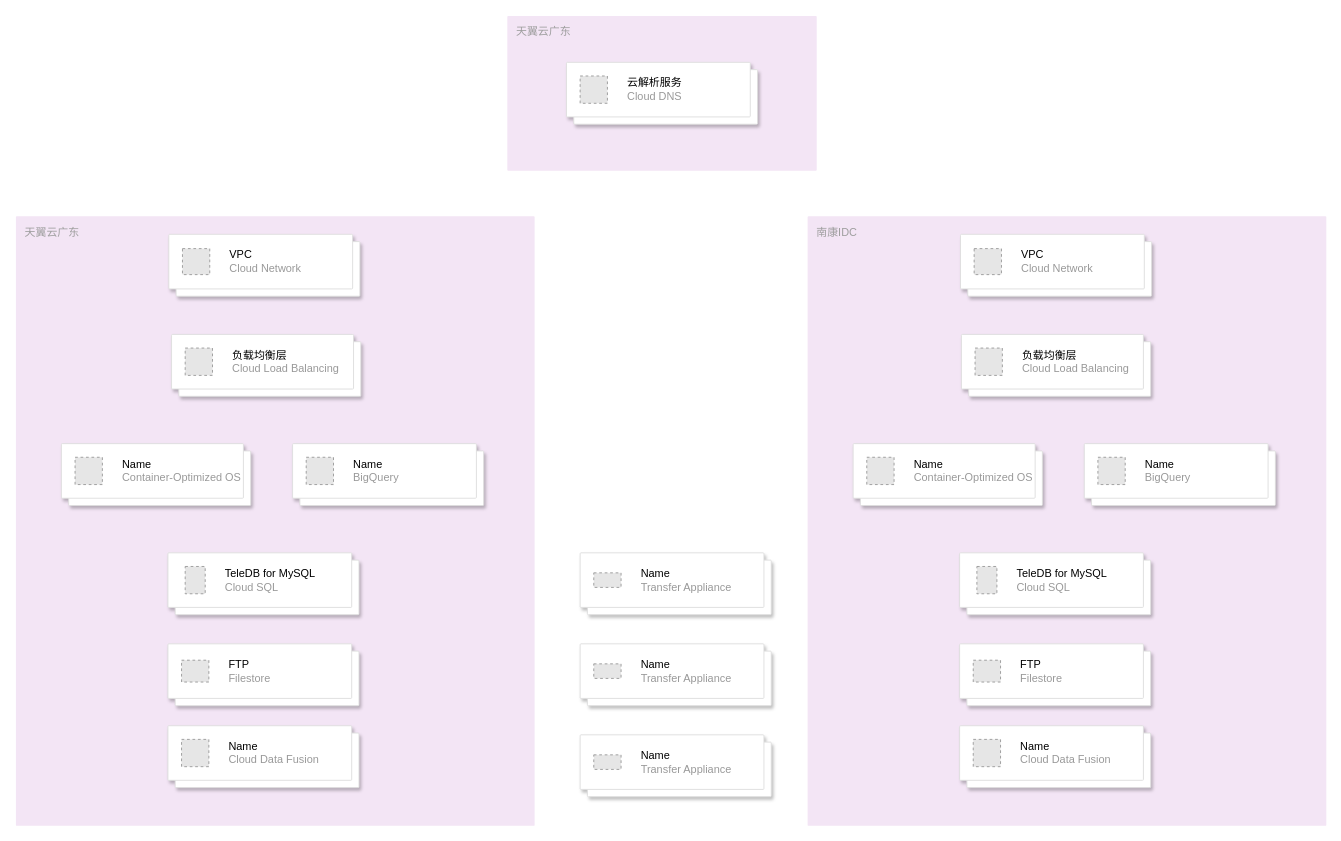
The draw.io diagram 洋臣架构.drawio in MyselfblueKAMI/drawpub, before the edit. Source tidied: cells renumbered, new cells numbered last; positions are measured from the earlier drawing's top-left corner, leaving out a move shared by most shapes. Both pictures are drawn from the tidied source at 91%, with x=0, y=0 at pixel (15, 15). Pictures stored in the file or linked from it are replaced by grey dashed boxes.
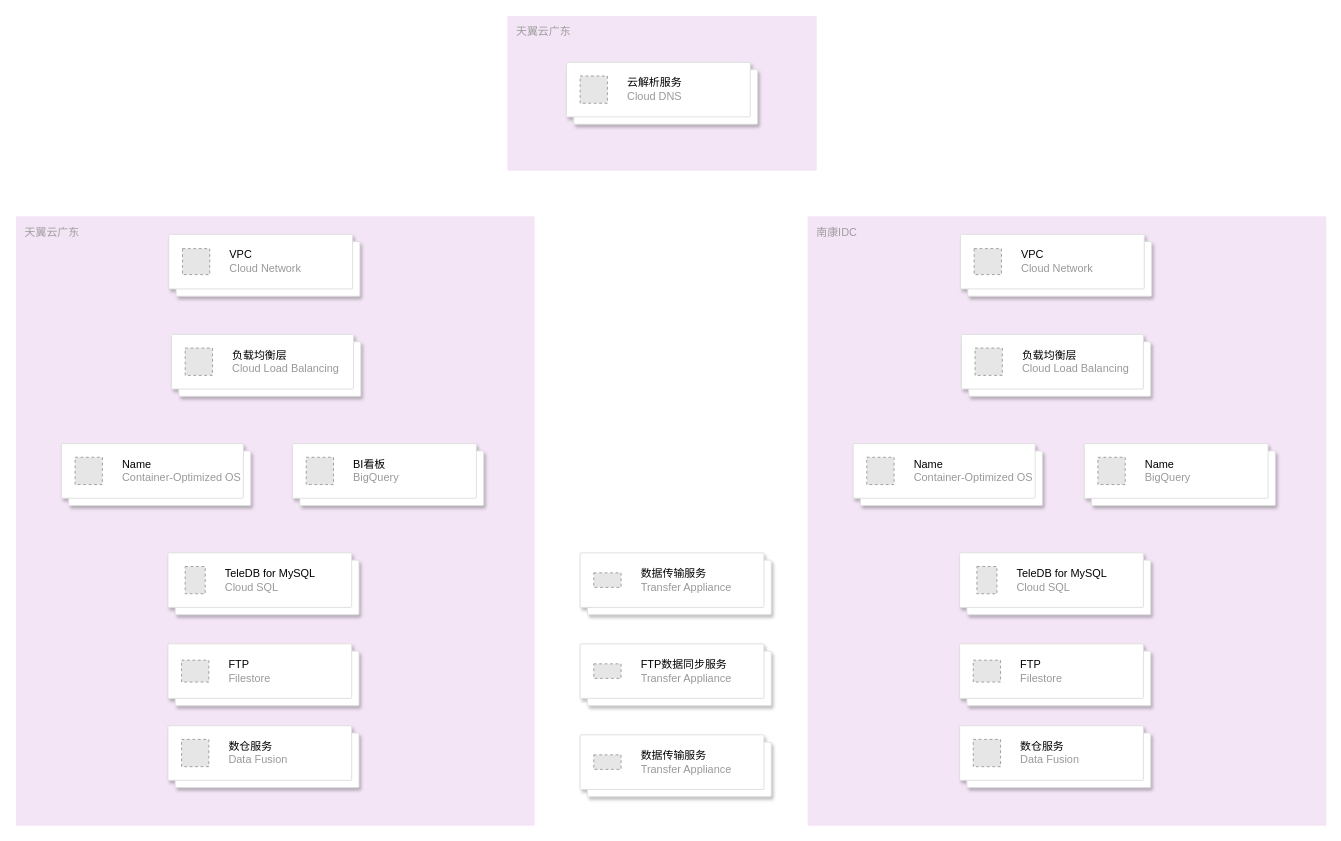
Above is the later version.

Commit message (it also covers changes not shown here):
更新洋臣架构.drawio

The change refers to these unchanged cells:
```xml
<mxCell id="14" style="shape=mxgraph.gcp2.doubleRect;fillColor=#ffffff;strokeColor=#dddddd;shadow=1;strokeWidth=1;rounded=1;absoluteArcSize=1;arcSize=2;" parent="1" vertex="1">
  <mxGeometry x="620" y="590" width="210" height="68" as="geometry" />
</mxCell>
<mxCell id="18" style="shape=mxgraph.gcp2.doubleRect;fillColor=#ffffff;strokeColor=#dddddd;shadow=1;strokeWidth=1;rounded=1;absoluteArcSize=1;arcSize=2;" parent="1" vertex="1">
  <mxGeometry x="167" y="780" width="210" height="68" as="geometry" />
</mxCell>
<mxCell id="20" style="shape=mxgraph.gcp2.doubleRect;fillColor=#ffffff;strokeColor=#dddddd;shadow=1;strokeWidth=1;rounded=1;absoluteArcSize=1;arcSize=2;" parent="1" vertex="1">
  <mxGeometry x="304" y="470" width="210" height="68" as="geometry" />
</mxCell>
<mxCell id="33" style="shape=mxgraph.gcp2.doubleRect;fillColor=#ffffff;strokeColor=#dddddd;shadow=1;strokeWidth=1;rounded=1;absoluteArcSize=1;arcSize=2;" parent="1" vertex="1">
  <mxGeometry x="1037" y="780" width="210" height="68" as="geometry" />
</mxCell>
<mxCell id="37" style="shape=mxgraph.gcp2.doubleRect;fillColor=#ffffff;strokeColor=#dddddd;shadow=1;strokeWidth=1;rounded=1;absoluteArcSize=1;arcSize=2;" parent="1" vertex="1">
  <mxGeometry x="620" y="690" width="210" height="68" as="geometry" />
</mxCell>
<mxCell id="39" style="shape=mxgraph.gcp2.doubleRect;fillColor=#ffffff;strokeColor=#dddddd;shadow=1;strokeWidth=1;rounded=1;absoluteArcSize=1;arcSize=2;" parent="1" vertex="1">
  <mxGeometry x="620" y="790" width="210" height="68" as="geometry" />
</mxCell>
```

The edit, as a diff of the source:
```diff
@@
-    <mxCell id="15" value="&lt;font color=&quot;#000000&quot;&gt;Name&lt;/font&gt;&lt;br&gt;Transfer Appliance" style="fillColor=#E6E6E6;strokeColor=#999999;dashed=1;html=1;fontColor=#999999;verticalLabelPosition=middle;verticalAlign=middle;labelPosition=right;align=left;spacingLeft=20;labelBackgroundColor=none;" parent="14" vertex="1">
+    <mxCell id="15" value="&lt;font color=&quot;#000000&quot;&gt;数据传输服务&lt;/font&gt;&lt;br&gt;Transfer Appliance" style="fillColor=#E6E6E6;strokeColor=#999999;dashed=1;html=1;fontColor=#999999;verticalLabelPosition=middle;verticalAlign=middle;labelPosition=right;align=left;spacingLeft=20;labelBackgroundColor=none;" parent="14" vertex="1">
       <mxGeometry width="30" height="16" relative="1" as="geometry">
         <mxPoint x="15" y="22" as="offset" />
       </mxGeometry>
     </mxCell>
@@
-    <mxCell id="19" value="&lt;font color=&quot;#000000&quot;&gt;Name&lt;/font&gt;&lt;br&gt;Cloud Data Fusion" style="fillColor=#E6E6E6;strokeColor=#999999;dashed=1;html=1;fontColor=#999999;verticalLabelPosition=middle;verticalAlign=middle;labelPosition=right;align=left;spacingLeft=20;" parent="18" vertex="1">
+    <mxCell id="19" value="&lt;font color=&quot;#000000&quot;&gt;数仓服务&lt;/font&gt;&lt;br&gt;Data Fusion" style="fillColor=#E6E6E6;strokeColor=#999999;dashed=1;html=1;fontColor=#999999;verticalLabelPosition=middle;verticalAlign=middle;labelPosition=right;align=left;spacingLeft=20;" parent="18" vertex="1">
       <mxGeometry width="30" height="30" relative="1" as="geometry">
         <mxPoint x="15" y="15" as="offset" />
       </mxGeometry>
     </mxCell>
@@
-    <mxCell id="21" value="&lt;font color=&quot;#000000&quot;&gt;Name&lt;/font&gt;&lt;br&gt;BigQuery" style="fillColor=#E6E6E6;strokeColor=#999999;dashed=1;html=1;fontColor=#999999;verticalLabelPosition=middle;verticalAlign=middle;labelPosition=right;align=left;spacingLeft=20;" parent="20" vertex="1">
+    <mxCell id="21" value="&lt;font color=&quot;#000000&quot;&gt;BI看板&lt;/font&gt;&lt;br&gt;BigQuery" style="fillColor=#E6E6E6;strokeColor=#999999;dashed=1;html=1;fontColor=#999999;verticalLabelPosition=middle;verticalAlign=middle;labelPosition=right;align=left;spacingLeft=20;" parent="20" vertex="1">
       <mxGeometry width="30" height="30" relative="1" as="geometry">
         <mxPoint x="15" y="15" as="offset" />
       </mxGeometry>
     </mxCell>
@@
-    <mxCell id="34" value="&lt;font color=&quot;#000000&quot;&gt;Name&lt;/font&gt;&lt;br&gt;Cloud Data Fusion" style="fillColor=#E6E6E6;strokeColor=#999999;dashed=1;html=1;fontColor=#999999;verticalLabelPosition=middle;verticalAlign=middle;labelPosition=right;align=left;spacingLeft=20;" parent="33" vertex="1">
+    <mxCell id="34" value="&lt;font style=&quot;color: light-dark(rgb(0, 0, 0), rgb(0, 0, 0));&quot;&gt;数仓服务&lt;/font&gt;&lt;br&gt;Data Fusion" style="fillColor=#E6E6E6;strokeColor=#999999;dashed=1;html=1;fontColor=#999999;verticalLabelPosition=middle;verticalAlign=middle;labelPosition=right;align=left;spacingLeft=20;" parent="33" vertex="1">
       <mxGeometry width="30" height="30" relative="1" as="geometry">
         <mxPoint x="15" y="15" as="offset" />
       </mxGeometry>
     </mxCell>
@@
-    <mxCell id="38" value="&lt;font color=&quot;#000000&quot;&gt;Name&lt;/font&gt;&lt;br&gt;Transfer Appliance" style="fillColor=#E6E6E6;strokeColor=#999999;dashed=1;html=1;fontColor=#999999;verticalLabelPosition=middle;verticalAlign=middle;labelPosition=right;align=left;spacingLeft=20;labelBackgroundColor=none;" parent="37" vertex="1">
+    <mxCell id="38" value="&lt;font color=&quot;#000000&quot;&gt;FTP数据同步服务&lt;/font&gt;&lt;br&gt;Transfer Appliance" style="fillColor=#E6E6E6;strokeColor=#999999;dashed=1;html=1;fontColor=#999999;verticalLabelPosition=middle;verticalAlign=middle;labelPosition=right;align=left;spacingLeft=20;labelBackgroundColor=none;" parent="37" vertex="1">
       <mxGeometry width="30" height="16" relative="1" as="geometry">
         <mxPoint x="15" y="22" as="offset" />
       </mxGeometry>
     </mxCell>
@@
-    <mxCell id="40" value="&lt;font color=&quot;#000000&quot;&gt;Name&lt;/font&gt;&lt;br&gt;Transfer Appliance" style="fillColor=#E6E6E6;strokeColor=#999999;dashed=1;html=1;fontColor=#999999;verticalLabelPosition=middle;verticalAlign=middle;labelPosition=right;align=left;spacingLeft=20;labelBackgroundColor=none;" parent="39" vertex="1">
+    <mxCell id="40" value="&lt;span style=&quot;color: rgb(0, 0, 0);&quot;&gt;数据传输服务&lt;/span&gt;&lt;br&gt;Transfer Appliance" style="fillColor=#E6E6E6;strokeColor=#999999;dashed=1;html=1;fontColor=#999999;verticalLabelPosition=middle;verticalAlign=middle;labelPosition=right;align=left;spacingLeft=20;labelBackgroundColor=none;" parent="39" vertex="1">
       <mxGeometry width="30" height="16" relative="1" as="geometry">
         <mxPoint x="15" y="22" as="offset" />
       </mxGeometry>
     </mxCell>
```
